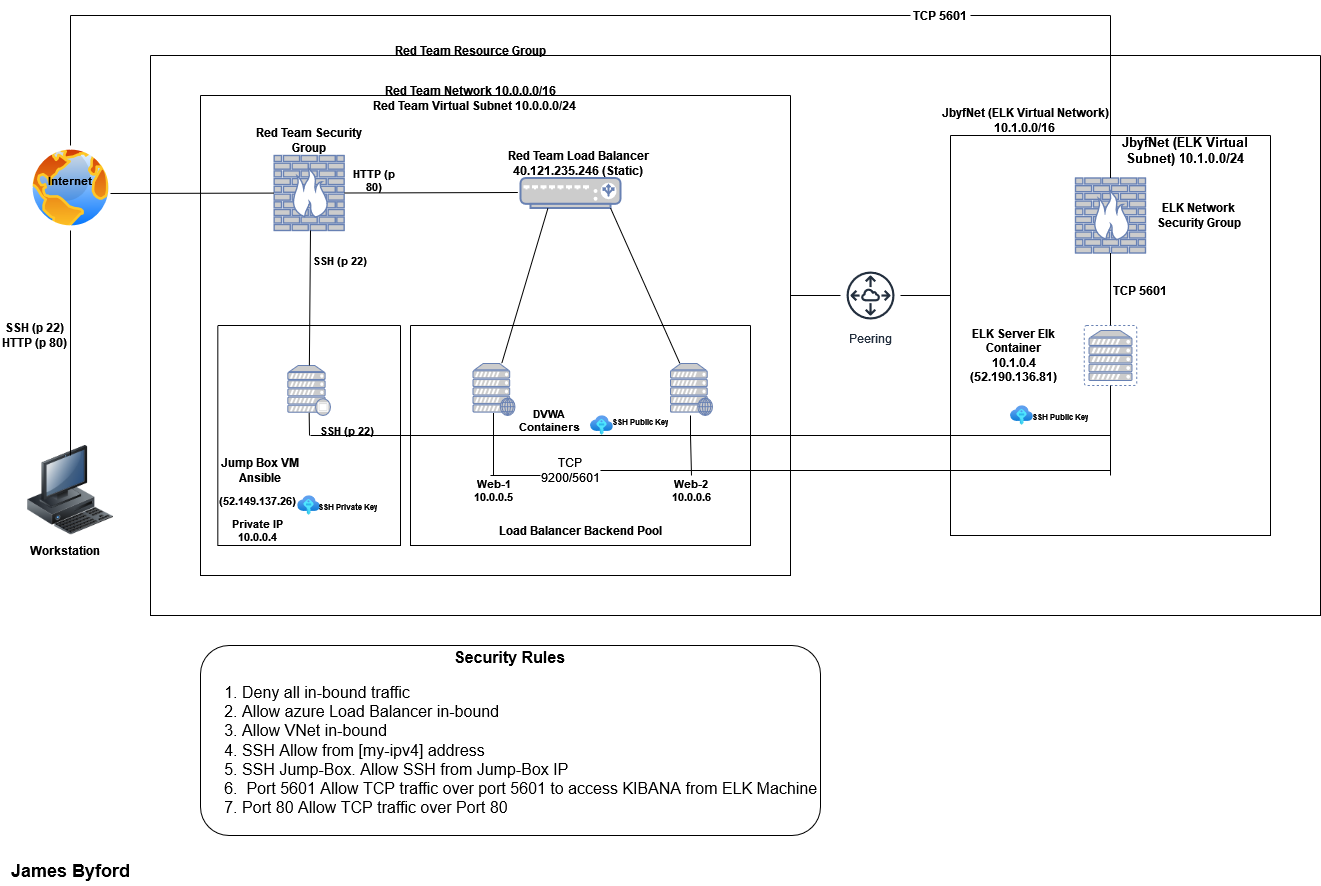
Earlier version of the draw.io export ELK-Stack-Deployment-Project/Images/Diagrams/Cloud_Security_with_ELKS.drawio.png (Jbyford89/ASU-CyberSecurity-Bootcamp). Source tidied: cells renumbered, new cells last; positions are measured from the earlier drawing's top-left corner, leaving out a move shared by most shapes.
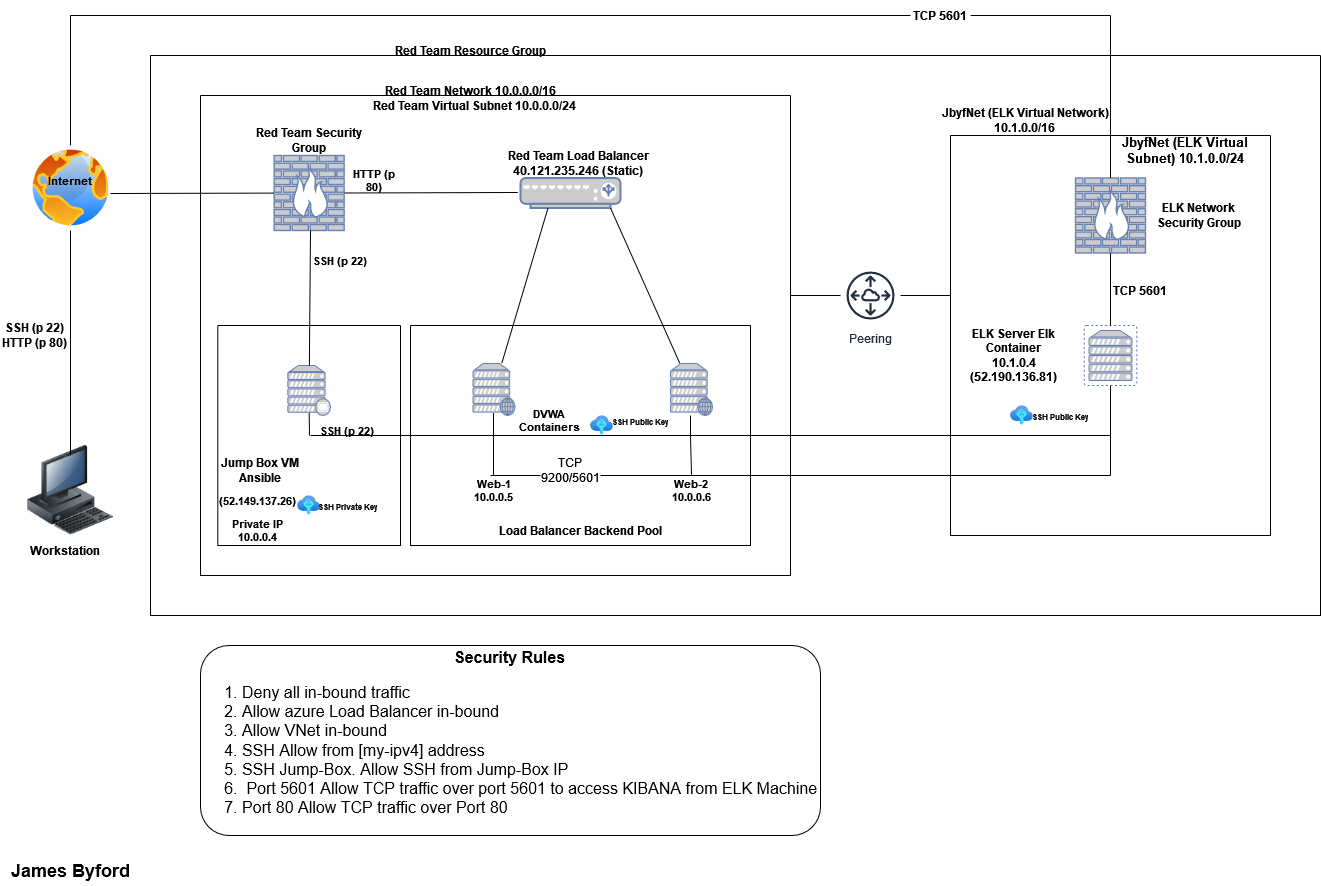
Later version of the same file.

Change to the diagram source:
```diff
@@ -260,9 +260,10 @@
         <mxPoint x="1110" y="15" as="targetPoint" />
       </mxGeometry>
     </mxCell>
-    <mxCell id="71" style="endArrow=none;html=1;rounded=0;" parent="1" edge="1" target="42">
+    <mxCell id="71" style="endArrow=none;html=1;rounded=0;" parent="1" edge="1">
       <mxGeometry relative="1" as="geometry">
-        <mxPoint x="1110" y="470" as="sourcePoint" />
+        <mxPoint x="1110" y="475" as="sourcePoint" />
+        <mxPoint x="600" y="475" as="targetPoint" />
       </mxGeometry>
     </mxCell>
     <mxCell id="72" value="&lt;div align=&quot;center&quot;&gt;&lt;b&gt;Security Rules&lt;/b&gt;&lt;/div&gt;&lt;div align=&quot;left&quot;&gt;&lt;ol&gt;&lt;li&gt;&lt;div&gt;Deny all in-bound traffic&lt;/div&gt;&lt;/li&gt;&lt;li&gt;&lt;div&gt;Allow azure Load Balancer in-bound&lt;/div&gt;&lt;/li&gt;&lt;li&gt;&lt;div&gt;Allow VNet in-bound&lt;/div&gt;&lt;/li&gt;&lt;li&gt;&lt;div&gt;SSH Allow from [my-ipv4] address&lt;/div&gt;&lt;/li&gt;&lt;li&gt;SSH Jump-Box. Allow SSH from Jump-Box IP&lt;/li&gt;&lt;li&gt;&amp;nbsp;Port 5601 Allow TCP traffic over port 5601 to access KIBANA from ELK Machine&lt;/li&gt;&lt;li&gt;Port 80 Allow TCP traffic over Port 80&lt;br&gt;&lt;/li&gt;&lt;/ol&gt;&lt;/div&gt;" style="rounded=1;whiteSpace=wrap;html=1;fontSize=16;align=left;" parent="1" vertex="1">
```
